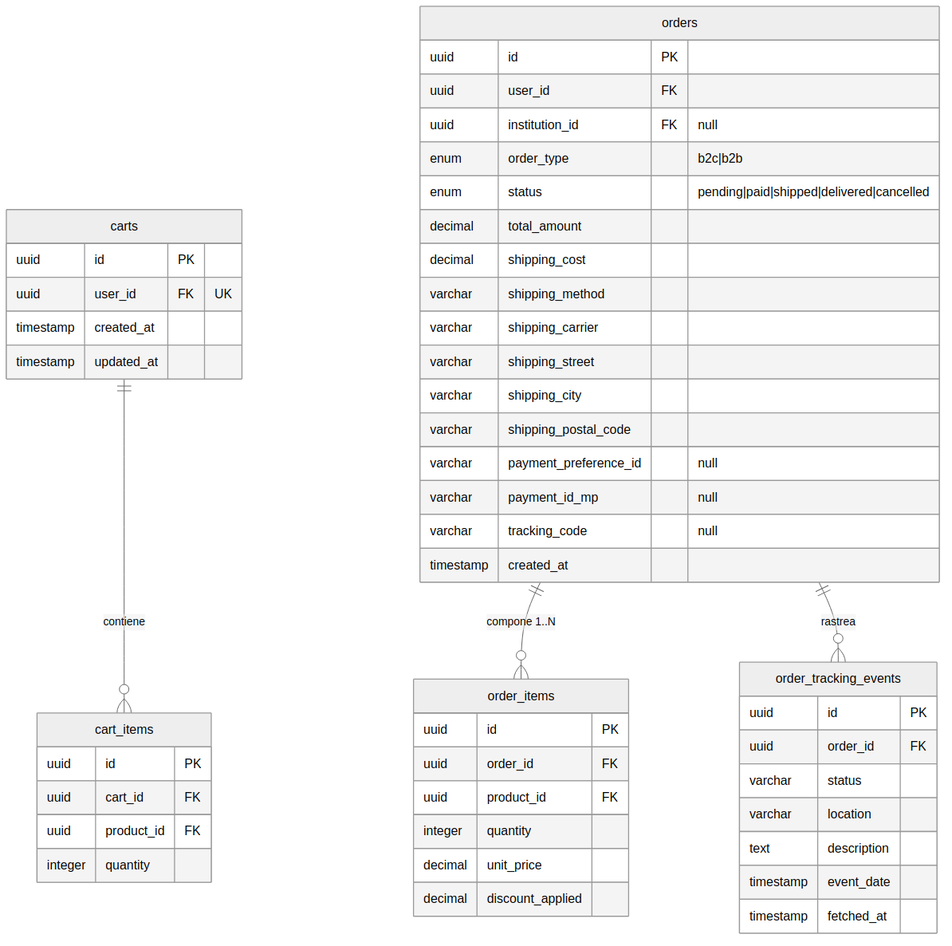
Before: docs/01-modelo-datos/der_m3.png, a diagram exported from Mermaid (EXCOFFee/acalud). Its source is kept beside it as docs/01-modelo-datos/der_m3.mmd.
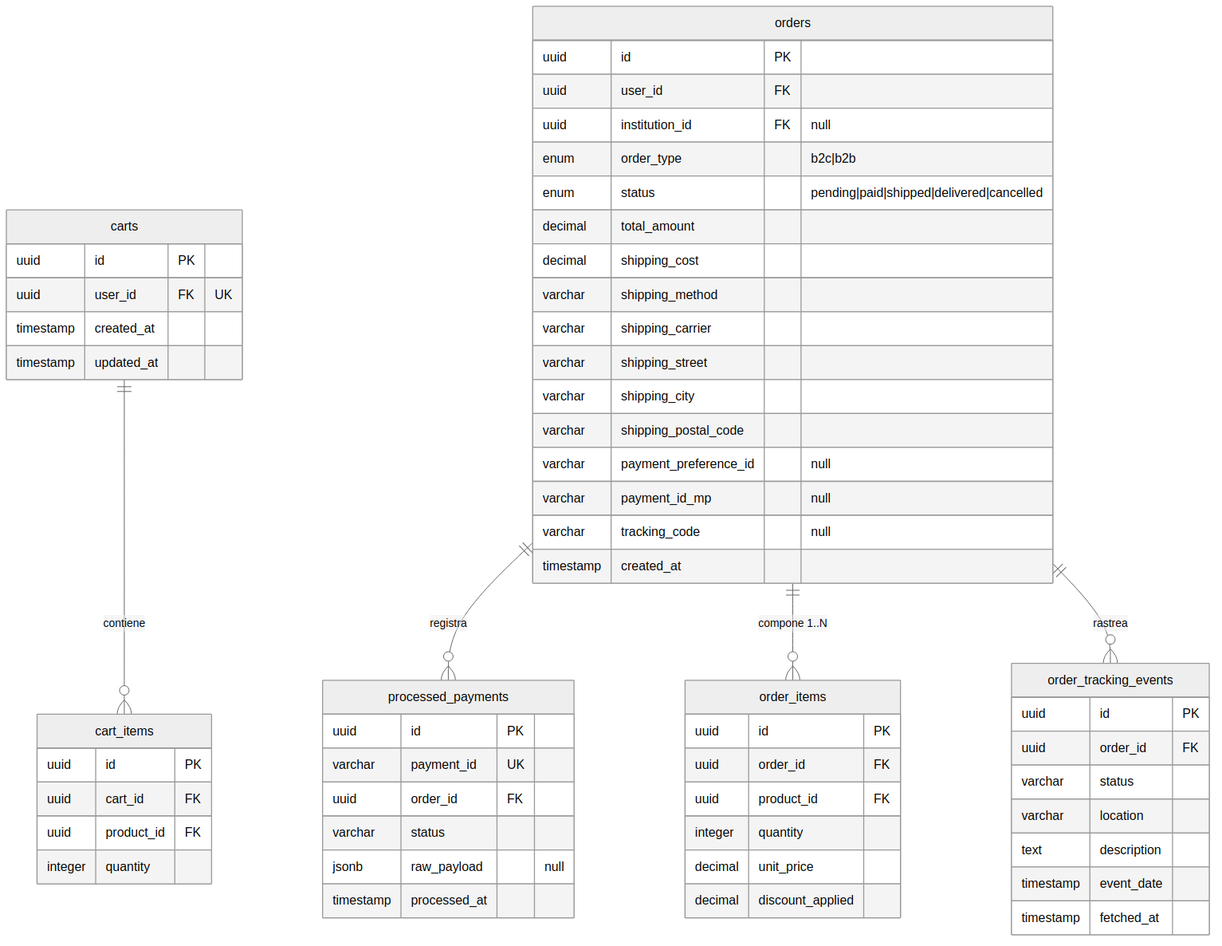
The same diagram one commit later.

Diff of the diagram source:
```diff
@@ -46,6 +46,15 @@
     timestamp event_date
     timestamp fetched_at
   }
+  processed_payments {
+    uuid id PK
+    varchar payment_id UK
+    uuid order_id FK
+    varchar status
+    jsonb raw_payload "null"
+    timestamp processed_at
+  }
   carts ||--o{ cart_items : "contiene"
+  orders ||--o{ processed_payments : "registra"
   orders ||--o{ order_items : "compone 1..N"
   orders ||--o{ order_tracking_events : "rastrea"
```
